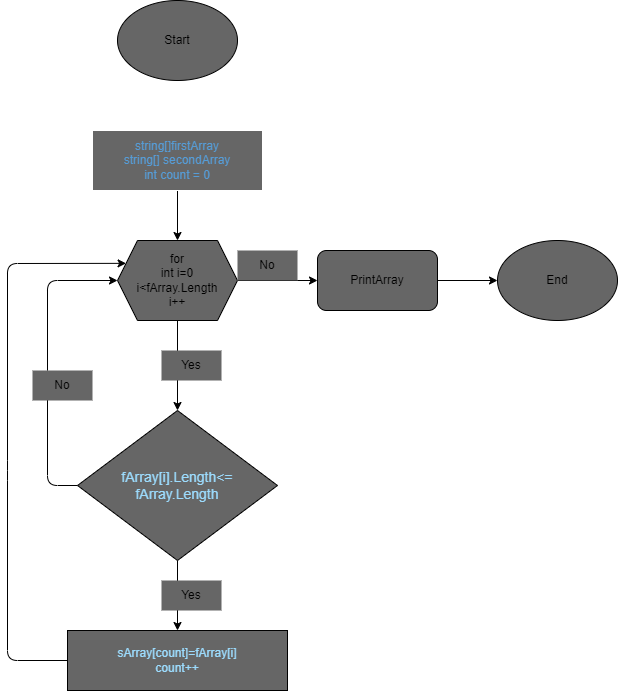
Earlier version of the draw.io export Diagram/scheme.drawio.png (Eugeniya94/FinalTest_1). Source tidied: cells renumbered, new cells last; positions are measured from the earlier drawing's top-left corner, leaving out a move shared by most shapes.
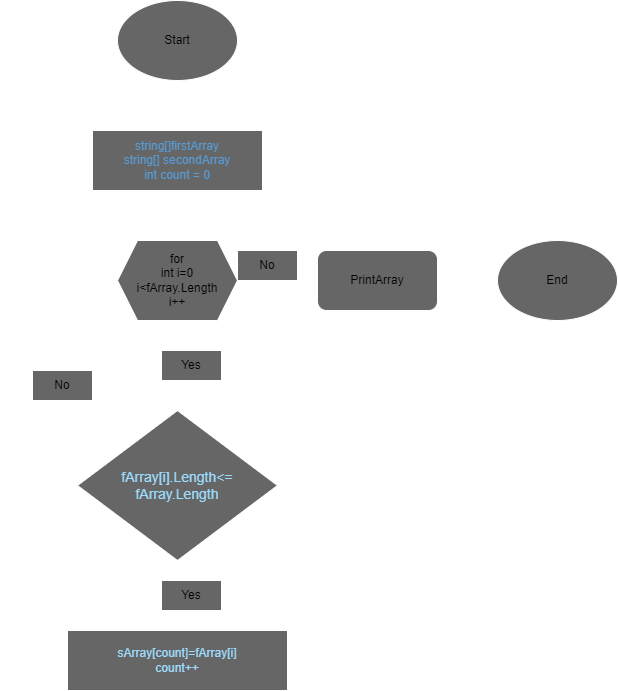
After the change.

The edit, as a diff of the source:
```diff
@@ -2,25 +2,25 @@
   <root>
     <mxCell id="0" />
     <mxCell id="1" parent="0" />
-    <mxCell id="2" style="edgeStyle=none;html=1;entryX=0.5;entryY=0;entryDx=0;entryDy=0;fillColor=#666666;" parent="1" edge="1" source="3" target="6">
+    <mxCell id="2" style="edgeStyle=none;html=1;entryX=0.5;entryY=0;entryDx=0;entryDy=0;fillColor=#666666;strokeColor=#FFFFFF;" parent="1" edge="1" source="3" target="6">
       <mxGeometry relative="1" as="geometry" />
     </mxCell>
     <mxCell id="3" value="&lt;font color=&quot;#569cd6&quot;&gt;string[]firstArray&lt;br&gt;string[] secondArray&lt;br&gt;int count = 0&lt;br&gt;&lt;/font&gt;" style="rounded=0;whiteSpace=wrap;html=1;fillColor=#666666;strokeColor=#FFFFFF;" parent="1" vertex="1">
       <mxGeometry x="85" y="130" width="170" height="60" as="geometry" />
     </mxCell>
-    <mxCell id="4" style="edgeStyle=none;html=1;entryX=0.5;entryY=0;entryDx=0;entryDy=0;fillColor=#666666;" parent="1" edge="1" source="6" target="9">
+    <mxCell id="4" style="edgeStyle=none;html=1;entryX=0.5;entryY=0;entryDx=0;entryDy=0;fillColor=#666666;strokeColor=#FFFFFF;" parent="1" edge="1" source="6" target="9">
       <mxGeometry relative="1" as="geometry" />
     </mxCell>
-    <mxCell id="5" style="edgeStyle=none;html=1;entryX=0;entryY=0.5;entryDx=0;entryDy=0;fillColor=#666666;" parent="1" edge="1" source="6" target="16">
+    <mxCell id="5" style="edgeStyle=none;html=1;entryX=0;entryY=0.5;entryDx=0;entryDy=0;fillColor=#666666;strokeColor=#FFFFFF;" parent="1" edge="1" source="6" target="16">
       <mxGeometry relative="1" as="geometry" />
     </mxCell>
-    <mxCell id="6" value="for&lt;br&gt;int i=0&lt;br&gt;i&amp;lt;fArray.Length&lt;br&gt;i++" style="shape=hexagon;perimeter=hexagonPerimeter2;whiteSpace=wrap;html=1;fixedSize=1;fillColor=#666666;" parent="1" vertex="1">
+    <mxCell id="6" value="for&lt;br&gt;int i=0&lt;br&gt;i&amp;lt;fArray.Length&lt;br&gt;i++" style="shape=hexagon;perimeter=hexagonPerimeter2;whiteSpace=wrap;html=1;fixedSize=1;fillColor=#666666;strokeColor=#FFFFFF;" parent="1" vertex="1">
       <mxGeometry x="110" y="240" width="120" height="80" as="geometry" />
     </mxCell>
-    <mxCell id="7" style="edgeStyle=none;html=1;fillColor=#666666;" parent="1" edge="1" source="9" target="12">
+    <mxCell id="7" style="edgeStyle=none;html=1;fillColor=#666666;strokeColor=#FFFFFF;" parent="1" edge="1" source="9" target="12">
       <mxGeometry relative="1" as="geometry" />
     </mxCell>
-    <mxCell id="8" style="edgeStyle=none;html=1;entryX=0;entryY=0.5;entryDx=0;entryDy=0;exitX=0;exitY=0.5;exitDx=0;exitDy=0;fillColor=#666666;" parent="1" edge="1" source="9" target="6">
+    <mxCell id="8" style="edgeStyle=none;html=1;entryX=0;entryY=0.5;entryDx=0;entryDy=0;exitX=0;exitY=0.5;exitDx=0;exitDy=0;fillColor=#666666;strokeColor=#FFFFFF;" parent="1" edge="1" source="9" target="6">
       <mxGeometry relative="1" as="geometry">
         <Array as="points">
           <mxPoint x="40" y="485" />
@@ -29,13 +29,13 @@
         </Array>
       </mxGeometry>
     </mxCell>
-    <mxCell id="9" value="&lt;font color=&quot;#9cdcfe&quot;&gt;&lt;span style=&quot;font-size: 14px&quot;&gt;fArray[i].Length&amp;lt;=&lt;br&gt;fArray.Length&lt;br&gt;&lt;/span&gt;&lt;/font&gt;" style="rhombus;whiteSpace=wrap;html=1;fillColor=#666666;" parent="1" vertex="1">
+    <mxCell id="9" value="&lt;font color=&quot;#9cdcfe&quot;&gt;&lt;span style=&quot;font-size: 14px&quot;&gt;fArray[i].Length&amp;lt;=&lt;br&gt;fArray.Length&lt;br&gt;&lt;/span&gt;&lt;/font&gt;" style="rhombus;whiteSpace=wrap;html=1;fillColor=#666666;strokeColor=#FFFFFF;" parent="1" vertex="1">
       <mxGeometry x="70" y="410" width="200" height="150" as="geometry" />
     </mxCell>
-    <mxCell id="10" value="Yes" style="text;html=1;strokeColor=none;fillColor=#666666;align=center;verticalAlign=middle;whiteSpace=wrap;rounded=0;" parent="1" vertex="1">
+    <mxCell id="10" value="Yes" style="text;html=1;strokeColor=#FFFFFF;fillColor=#666666;align=center;verticalAlign=middle;whiteSpace=wrap;rounded=0;" parent="1" vertex="1">
       <mxGeometry x="154" y="350" width="60" height="30" as="geometry" />
     </mxCell>
-    <mxCell id="11" style="edgeStyle=none;html=1;entryX=0;entryY=0.25;entryDx=0;entryDy=0;exitX=0;exitY=0.5;exitDx=0;exitDy=0;fillColor=#666666;" parent="1" edge="1" source="12" target="6">
+    <mxCell id="11" style="edgeStyle=none;html=1;entryX=0;entryY=0.25;entryDx=0;entryDy=0;exitX=0;exitY=0.5;exitDx=0;exitDy=0;fillColor=#666666;strokeColor=#FFFFFF;" parent="1" edge="1" source="12" target="6">
       <mxGeometry relative="1" as="geometry">
         <Array as="points">
           <mxPoint y="660" />
@@ -44,31 +44,31 @@
         </Array>
       </mxGeometry>
     </mxCell>
-    <mxCell id="12" value="&lt;font color=&quot;#9cdcfe&quot;&gt;sArray[count]=fArray[i]&lt;br&gt;count++&lt;br&gt;&lt;/font&gt;" style="rounded=0;whiteSpace=wrap;html=1;fillColor=#666666;" parent="1" vertex="1">
+    <mxCell id="12" value="&lt;font color=&quot;#9cdcfe&quot;&gt;sArray[count]=fArray[i]&lt;br&gt;count++&lt;br&gt;&lt;/font&gt;" style="rounded=0;whiteSpace=wrap;html=1;fillColor=#666666;strokeColor=#FFFFFF;" parent="1" vertex="1">
       <mxGeometry x="60" y="630" width="220" height="60" as="geometry" />
     </mxCell>
-    <mxCell id="13" value="Yes" style="text;html=1;strokeColor=none;fillColor=#666666;align=center;verticalAlign=middle;whiteSpace=wrap;rounded=0;" parent="1" vertex="1">
+    <mxCell id="13" value="Yes" style="text;html=1;strokeColor=#FFFFFF;fillColor=#666666;align=center;verticalAlign=middle;whiteSpace=wrap;rounded=0;" parent="1" vertex="1">
       <mxGeometry x="154" y="580" width="60" height="30" as="geometry" />
     </mxCell>
-    <mxCell id="14" value="No" style="text;html=1;strokeColor=none;fillColor=#666666;align=center;verticalAlign=middle;whiteSpace=wrap;rounded=0;" parent="1" vertex="1">
+    <mxCell id="14" value="No" style="text;html=1;strokeColor=#FFFFFF;fillColor=#666666;align=center;verticalAlign=middle;whiteSpace=wrap;rounded=0;" parent="1" vertex="1">
       <mxGeometry x="25" y="370" width="60" height="30" as="geometry" />
     </mxCell>
-    <mxCell id="15" style="edgeStyle=none;html=1;fillColor=#666666;" parent="1" edge="1" source="16" target="18">
+    <mxCell id="15" style="edgeStyle=none;html=1;fillColor=#666666;strokeColor=#FFFFFF;" parent="1" edge="1" source="16" target="18">
       <mxGeometry relative="1" as="geometry" />
     </mxCell>
-    <mxCell id="16" value="PrintArray" style="rounded=1;whiteSpace=wrap;html=1;fillColor=#666666;" parent="1" vertex="1">
+    <mxCell id="16" value="PrintArray" style="rounded=1;whiteSpace=wrap;html=1;fillColor=#666666;strokeColor=#FFFFFF;" parent="1" vertex="1">
       <mxGeometry x="310" y="250" width="120" height="60" as="geometry" />
     </mxCell>
-    <mxCell id="17" value="No" style="text;html=1;strokeColor=none;fillColor=#666666;align=center;verticalAlign=middle;whiteSpace=wrap;rounded=0;" parent="1" vertex="1">
+    <mxCell id="17" value="No" style="text;html=1;strokeColor=#FFFFFF;fillColor=#666666;align=center;verticalAlign=middle;whiteSpace=wrap;rounded=0;" parent="1" vertex="1">
       <mxGeometry x="230" y="250" width="60" height="30" as="geometry" />
     </mxCell>
-    <mxCell id="18" value="End" style="ellipse;whiteSpace=wrap;html=1;fillColor=#666666;" parent="1" vertex="1">
+    <mxCell id="18" value="End" style="ellipse;whiteSpace=wrap;html=1;fillColor=#666666;strokeColor=#FFFFFF;" parent="1" vertex="1">
       <mxGeometry x="490" y="240" width="120" height="80" as="geometry" />
     </mxCell>
     <mxCell id="19" style="edgeStyle=none;html=1;entryX=0.5;entryY=0;entryDx=0;entryDy=0;strokeColor=#FFFFFF;fillColor=#FFFFFF;" parent="1" edge="1" source="20" target="3">
       <mxGeometry relative="1" as="geometry" />
     </mxCell>
-    <mxCell id="20" value="Start" style="ellipse;whiteSpace=wrap;html=1;fillColor=#666666;" parent="1" vertex="1">
+    <mxCell id="20" value="Start" style="ellipse;whiteSpace=wrap;html=1;fillColor=#666666;strokeColor=#FFFFFF;" parent="1" vertex="1">
       <mxGeometry x="110" width="120" height="80" as="geometry" />
     </mxCell>
   </root>
```
